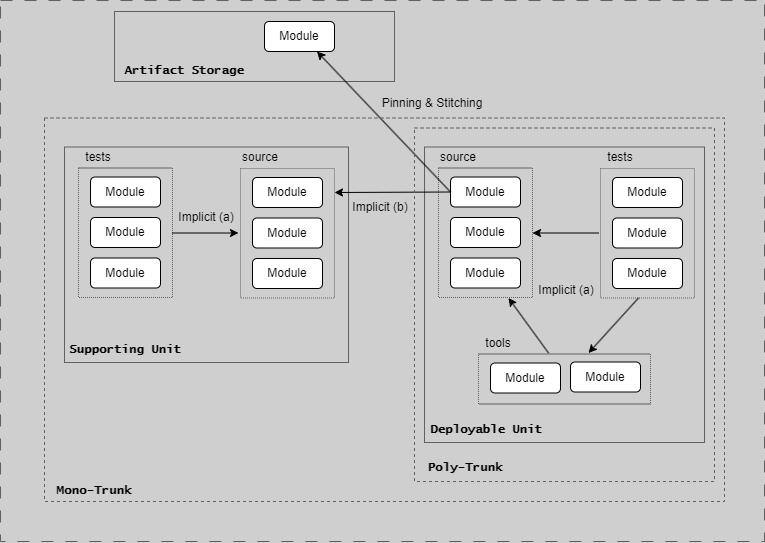
Before: docs/assets/branching/depen-modules.drawio.png, a diagram exported from draw.io (ready-to-release/eac). Source tidied: cells renumbered, new cells last; positions are measured from the earlier drawing's top-left corner, leaving out a move shared by most shapes.
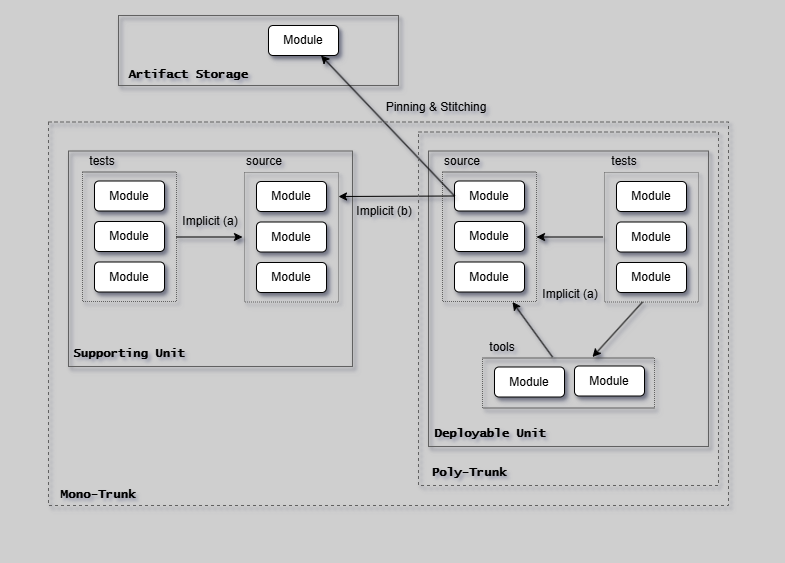
After the change.

The edit, as a diff of the source:
```diff
@@ -1,157 +1,157 @@
-<mxGraphModel background="#CFCFCF">
+<mxGraphModel background="#CFCFCF" shadow="1">
   <root>
     <mxCell id="0" />
     <mxCell id="1" parent="0" />
-    <mxCell id="2" style="group;strokeColor=#616161;dashed=1;dashPattern=12 12;" parent="1" vertex="1">
+    <mxCell id="2" style="group;strokeColor=none;dashed=1;dashPattern=12 12;shadow=1;" parent="1" vertex="1">
       <mxGeometry width="764" height="541" as="geometry" />
     </mxCell>
-    <mxCell id="3" value="Module" style="rounded=1;whiteSpace=wrap;html=1;" parent="1" vertex="1">
+    <mxCell id="3" value="Module" style="rounded=1;whiteSpace=wrap;html=1;shadow=1;" parent="1" vertex="1">
       <mxGeometry x="612" y="177" width="70" height="30" as="geometry" />
     </mxCell>
-    <mxCell id="4" value="Module" style="rounded=1;whiteSpace=wrap;html=1;" parent="1" vertex="1">
+    <mxCell id="4" value="Module" style="rounded=1;whiteSpace=wrap;html=1;shadow=1;" parent="1" vertex="1">
       <mxGeometry x="612" y="217.5" width="70" height="30" as="geometry" />
     </mxCell>
-    <mxCell id="5" value="Module" style="rounded=1;whiteSpace=wrap;html=1;" parent="1" vertex="1">
+    <mxCell id="5" value="Module" style="rounded=1;whiteSpace=wrap;html=1;shadow=1;" parent="1" vertex="1">
       <mxGeometry x="612" y="258" width="70" height="30" as="geometry" />
     </mxCell>
-    <mxCell id="6" value="Module" style="rounded=1;whiteSpace=wrap;html=1;" parent="1" vertex="1">
+    <mxCell id="6" value="Module" style="rounded=1;whiteSpace=wrap;html=1;shadow=1;" parent="1" vertex="1">
       <mxGeometry x="450" y="176.5" width="70" height="30" as="geometry" />
     </mxCell>
-    <mxCell id="7" value="Module" style="rounded=1;whiteSpace=wrap;html=1;" parent="1" vertex="1">
+    <mxCell id="7" value="Module" style="rounded=1;whiteSpace=wrap;html=1;shadow=1;" parent="1" vertex="1">
       <mxGeometry x="450" y="217" width="70" height="30" as="geometry" />
     </mxCell>
-    <mxCell id="8" value="Module" style="rounded=1;whiteSpace=wrap;html=1;" parent="1" vertex="1">
+    <mxCell id="8" value="Module" style="rounded=1;whiteSpace=wrap;html=1;shadow=1;" parent="1" vertex="1">
       <mxGeometry x="450" y="257.5" width="70" height="30" as="geometry" />
     </mxCell>
-    <mxCell id="9" value="Module" style="rounded=1;whiteSpace=wrap;html=1;" parent="1" vertex="1">
+    <mxCell id="9" value="Module" style="rounded=1;whiteSpace=wrap;html=1;shadow=1;" parent="1" vertex="1">
       <mxGeometry x="490" y="362.5" width="70" height="30" as="geometry" />
     </mxCell>
-    <mxCell id="10" value="Module" style="rounded=1;whiteSpace=wrap;html=1;" parent="1" vertex="1">
+    <mxCell id="10" value="Module" style="rounded=1;whiteSpace=wrap;html=1;shadow=1;" parent="1" vertex="1">
       <mxGeometry x="570" y="361.5" width="70" height="30" as="geometry" />
     </mxCell>
-    <mxCell id="11" style="group;strokeColor=#616161;dashed=1;dashPattern=1 1;" parent="1" vertex="1">
+    <mxCell id="11" style="group;strokeColor=#616161;dashed=1;dashPattern=1 1;shadow=1;" parent="1" vertex="1">
       <mxGeometry x="438" y="167.5" width="94" height="129.5" as="geometry" />
     </mxCell>
-    <mxCell id="12" style="group;strokeColor=#616161;dashed=1;dashPattern=1 1;" parent="1" vertex="1">
+    <mxCell id="12" style="group;strokeColor=#616161;dashed=1;dashPattern=1 1;shadow=1;" parent="1" vertex="1">
       <mxGeometry x="600" y="168" width="94" height="129.5" as="geometry" />
     </mxCell>
-    <mxCell id="13" style="group;strokeColor=#616161;dashed=1;dashPattern=1 1;" parent="1" vertex="1">
+    <mxCell id="13" style="group;strokeColor=#616161;dashed=1;dashPattern=1 1;shadow=1;" parent="1" vertex="1">
       <mxGeometry x="478" y="353.5" width="172" height="50" as="geometry" />
     </mxCell>
-    <mxCell id="14" style="endArrow=classic;html=1;rounded=0;" parent="1" edge="1">
+    <mxCell id="14" style="endArrow=classic;html=1;rounded=0;shadow=1;" parent="1" edge="1">
       <mxGeometry relative="1" as="geometry">
         <mxPoint x="548" y="352.5" as="sourcePoint" />
         <mxPoint x="508" y="297.5" as="targetPoint" />
       </mxGeometry>
     </mxCell>
-    <mxCell id="15" style="endArrow=classic;html=1;rounded=0;" parent="1" edge="1">
+    <mxCell id="15" style="endArrow=classic;html=1;rounded=0;shadow=1;" parent="1" edge="1">
       <mxGeometry relative="1" as="geometry">
         <mxPoint x="598" y="232.5" as="sourcePoint" />
         <mxPoint x="532" y="232.5" as="targetPoint" />
       </mxGeometry>
     </mxCell>
-    <mxCell id="16" style="endArrow=classic;html=1;rounded=0;" parent="1" edge="1">
+    <mxCell id="16" style="endArrow=classic;html=1;rounded=0;shadow=1;" parent="1" edge="1">
       <mxGeometry relative="1" as="geometry">
         <mxPoint x="638" y="297.5" as="sourcePoint" />
         <mxPoint x="588" y="352.5" as="targetPoint" />
       </mxGeometry>
     </mxCell>
-    <mxCell id="17" value="source" style="text;html=1;strokeColor=none;fillColor=none;align=center;verticalAlign=middle;whiteSpace=wrap;rounded=0;" parent="1" vertex="1">
+    <mxCell id="17" value="source" style="text;html=1;strokeColor=none;fillColor=none;align=center;verticalAlign=middle;whiteSpace=wrap;rounded=0;shadow=1;" parent="1" vertex="1">
       <mxGeometry x="438" y="146.5" width="40" height="21" as="geometry" />
     </mxCell>
-    <mxCell id="18" value="tools" style="text;html=1;strokeColor=none;fillColor=none;align=center;verticalAlign=middle;whiteSpace=wrap;rounded=0;" parent="1" vertex="1">
+    <mxCell id="18" value="tools" style="text;html=1;strokeColor=none;fillColor=none;align=center;verticalAlign=middle;whiteSpace=wrap;rounded=0;shadow=1;" parent="1" vertex="1">
       <mxGeometry x="478" y="332.5" width="40" height="21" as="geometry" />
     </mxCell>
-    <mxCell id="19" value="tests" style="text;html=1;strokeColor=none;fillColor=none;align=center;verticalAlign=middle;whiteSpace=wrap;rounded=0;" parent="1" vertex="1">
+    <mxCell id="19" value="tests" style="text;html=1;strokeColor=none;fillColor=none;align=center;verticalAlign=middle;whiteSpace=wrap;rounded=0;shadow=1;" parent="1" vertex="1">
       <mxGeometry x="600" y="146.5" width="40" height="21" as="geometry" />
     </mxCell>
-    <mxCell id="20" style="group;strokeColor=#616161;" parent="1" vertex="1">
+    <mxCell id="20" style="group;strokeColor=#616161;shadow=1;" parent="1" vertex="1">
       <mxGeometry x="424" y="146.5" width="280" height="295.5" as="geometry" />
     </mxCell>
-    <mxCell id="21" value="Module" style="rounded=1;whiteSpace=wrap;html=1;" parent="1" vertex="1">
+    <mxCell id="21" value="Module" style="rounded=1;whiteSpace=wrap;html=1;shadow=1;" parent="1" vertex="1">
       <mxGeometry x="252" y="177" width="70" height="30" as="geometry" />
     </mxCell>
-    <mxCell id="22" value="Module" style="rounded=1;whiteSpace=wrap;html=1;" parent="1" vertex="1">
+    <mxCell id="22" value="Module" style="rounded=1;whiteSpace=wrap;html=1;shadow=1;" parent="1" vertex="1">
       <mxGeometry x="252" y="217.5" width="70" height="30" as="geometry" />
     </mxCell>
-    <mxCell id="23" value="Module" style="rounded=1;whiteSpace=wrap;html=1;" parent="1" vertex="1">
+    <mxCell id="23" value="Module" style="rounded=1;whiteSpace=wrap;html=1;shadow=1;" parent="1" vertex="1">
       <mxGeometry x="252" y="258" width="70" height="30" as="geometry" />
     </mxCell>
-    <mxCell id="24" value="Module" style="rounded=1;whiteSpace=wrap;html=1;" parent="1" vertex="1">
+    <mxCell id="24" value="Module" style="rounded=1;whiteSpace=wrap;html=1;shadow=1;" parent="1" vertex="1">
       <mxGeometry x="90" y="176.5" width="70" height="30" as="geometry" />
     </mxCell>
-    <mxCell id="25" value="Module" style="rounded=1;whiteSpace=wrap;html=1;" parent="1" vertex="1">
+    <mxCell id="25" value="Module" style="rounded=1;whiteSpace=wrap;html=1;shadow=1;" parent="1" vertex="1">
       <mxGeometry x="90" y="217" width="70" height="30" as="geometry" />
     </mxCell>
-    <mxCell id="26" value="Module" style="rounded=1;whiteSpace=wrap;html=1;" parent="1" vertex="1">
+    <mxCell id="26" value="Module" style="rounded=1;whiteSpace=wrap;html=1;shadow=1;" parent="1" vertex="1">
       <mxGeometry x="90" y="257.5" width="70" height="30" as="geometry" />
     </mxCell>
-    <mxCell id="27" style="group;strokeColor=#616161;dashed=1;dashPattern=1 1;" parent="1" vertex="1">
+    <mxCell id="27" style="group;strokeColor=#616161;dashed=1;dashPattern=1 1;shadow=1;" parent="1" vertex="1">
       <mxGeometry x="78" y="167.5" width="94" height="129.5" as="geometry" />
     </mxCell>
-    <mxCell id="28" style="group;strokeColor=#616161;dashed=1;dashPattern=1 1;" parent="1" vertex="1">
+    <mxCell id="28" style="group;strokeColor=#616161;dashed=1;dashPattern=1 1;shadow=1;" parent="1" vertex="1">
       <mxGeometry x="240" y="168" width="94" height="129.5" as="geometry" />
     </mxCell>
-    <mxCell id="29" style="endArrow=classic;html=1;rounded=0;" parent="1" edge="1">
+    <mxCell id="29" style="endArrow=classic;html=1;rounded=0;shadow=1;" parent="1" edge="1">
       <mxGeometry relative="1" as="geometry">
         <mxPoint x="172" y="232.5" as="sourcePoint" />
         <mxPoint x="238" y="232.5" as="targetPoint" />
       </mxGeometry>
     </mxCell>
-    <mxCell id="30" value="tests" style="text;html=1;strokeColor=none;fillColor=none;align=center;verticalAlign=middle;whiteSpace=wrap;rounded=0;" parent="1" vertex="1">
+    <mxCell id="30" value="tests" style="text;html=1;strokeColor=none;fillColor=none;align=center;verticalAlign=middle;whiteSpace=wrap;rounded=0;shadow=1;" parent="1" vertex="1">
       <mxGeometry x="78" y="146.5" width="40" height="21" as="geometry" />
     </mxCell>
-    <mxCell id="31" value="source" style="text;html=1;strokeColor=none;fillColor=none;align=center;verticalAlign=middle;whiteSpace=wrap;rounded=0;" parent="1" vertex="1">
+    <mxCell id="31" value="source" style="text;html=1;strokeColor=none;fillColor=none;align=center;verticalAlign=middle;whiteSpace=wrap;rounded=0;shadow=1;" parent="1" vertex="1">
       <mxGeometry x="240" y="146.5" width="40" height="21" as="geometry" />
     </mxCell>
-    <mxCell id="32" style="group;strokeColor=#616161;" parent="1" vertex="1">
+    <mxCell id="32" style="group;strokeColor=#616161;shadow=1;" parent="1" vertex="1">
       <mxGeometry x="64" y="146.5" width="284" height="215.5" as="geometry" />
     </mxCell>
-    <mxCell id="33" style="group;strokeColor=#616161;" parent="1" vertex="1">
+    <mxCell id="33" style="group;strokeColor=#616161;shadow=1;" parent="1" vertex="1">
       <mxGeometry x="114" y="11" width="280" height="70" as="geometry" />
     </mxCell>
-    <mxCell id="34" value="Module" style="rounded=1;whiteSpace=wrap;html=1;" parent="1" vertex="1">
+    <mxCell id="34" value="Module" style="rounded=1;whiteSpace=wrap;html=1;shadow=1;" parent="1" vertex="1">
       <mxGeometry x="264" y="21" width="70" height="30" as="geometry" />
     </mxCell>
-    <mxCell id="35" style="endArrow=classic;html=1;rounded=0;entryX=0.75;entryY=1;entryDx=0;entryDy=0;exitX=0;exitY=0.5;exitDx=0;exitDy=0;" parent="1" edge="1" source="6" target="34">
+    <mxCell id="35" style="endArrow=classic;html=1;rounded=0;entryX=0.75;entryY=1;entryDx=0;entryDy=0;exitX=0;exitY=0.5;exitDx=0;exitDy=0;shadow=1;" parent="1" edge="1" source="6" target="34">
       <mxGeometry relative="1" as="geometry" />
     </mxCell>
-    <mxCell id="36" style="endArrow=classic;html=1;rounded=0;exitX=0;exitY=0.5;exitDx=0;exitDy=0;" parent="1" edge="1" source="6">
+    <mxCell id="36" style="endArrow=classic;html=1;rounded=0;exitX=0;exitY=0.5;exitDx=0;exitDy=0;shadow=1;" parent="1" edge="1" source="6">
       <mxGeometry relative="1" as="geometry">
         <mxPoint x="334" y="192" as="targetPoint" />
       </mxGeometry>
     </mxCell>
-    <mxCell id="37" value="Implicit (b)" style="text;html=1;strokeColor=none;fillColor=none;align=center;verticalAlign=middle;whiteSpace=wrap;rounded=0;" parent="1" vertex="1">
+    <mxCell id="37" value="Implicit (b)" style="text;html=1;strokeColor=none;fillColor=none;align=center;verticalAlign=middle;whiteSpace=wrap;rounded=0;shadow=1;" parent="1" vertex="1">
       <mxGeometry x="350" y="192" width="60" height="30" as="geometry" />
     </mxCell>
-    <mxCell id="38" value="Pinning &amp;amp; Stitching" style="text;html=1;strokeColor=none;fillColor=none;align=center;verticalAlign=middle;whiteSpace=wrap;rounded=0;" parent="1" vertex="1">
+    <mxCell id="38" value="Pinning &amp;amp; Stitching" style="text;html=1;strokeColor=none;fillColor=none;align=center;verticalAlign=middle;whiteSpace=wrap;rounded=0;shadow=1;" parent="1" vertex="1">
       <mxGeometry x="374" y="87.5" width="116" height="30" as="geometry" />
     </mxCell>
-    <mxCell id="39" style="group;strokeColor=#616161;dashed=1;" parent="1" vertex="1">
+    <mxCell id="39" style="group;strokeColor=#616161;dashed=1;shadow=1;" parent="1" vertex="1">
       <mxGeometry x="44" y="117.5" width="680" height="383.5" as="geometry" />
     </mxCell>
-    <mxCell id="40" value="Supporting Unit" style="text;html=1;strokeColor=none;fillColor=none;align=center;verticalAlign=middle;whiteSpace=wrap;rounded=0;fontStyle=1;fontFamily=Lucida Console;" parent="1" vertex="1">
+    <mxCell id="40" value="Supporting Unit" style="text;html=1;strokeColor=none;fillColor=none;align=center;verticalAlign=middle;whiteSpace=wrap;rounded=0;fontStyle=1;fontFamily=Lucida Console;shadow=1;" parent="1" vertex="1">
       <mxGeometry x="65" y="339.5" width="120" height="21" as="geometry" />
     </mxCell>
-    <mxCell id="41" value="Deployable Unit" style="text;html=1;strokeColor=none;fillColor=none;align=center;verticalAlign=middle;whiteSpace=wrap;rounded=0;fontStyle=1;fontFamily=Lucida Console;" parent="1" vertex="1">
+    <mxCell id="41" value="Deployable Unit" style="text;html=1;strokeColor=none;fillColor=none;align=center;verticalAlign=middle;whiteSpace=wrap;rounded=0;fontStyle=1;fontFamily=Lucida Console;shadow=1;" parent="1" vertex="1">
       <mxGeometry x="426" y="419" width="120" height="21" as="geometry" />
     </mxCell>
-    <mxCell id="42" value="Mono-Trunk" style="text;html=1;strokeColor=none;fillColor=none;align=center;verticalAlign=middle;whiteSpace=wrap;rounded=0;fontStyle=1;fontFamily=Lucida Console;" parent="1" vertex="1">
+    <mxCell id="42" value="Mono-Trunk" style="text;html=1;strokeColor=none;fillColor=none;align=center;verticalAlign=middle;whiteSpace=wrap;rounded=0;fontStyle=1;fontFamily=Lucida Console;shadow=1;" parent="1" vertex="1">
       <mxGeometry x="44" y="480" width="100" height="21" as="geometry" />
     </mxCell>
-    <mxCell id="43" value="Artifact Storage" style="text;html=1;strokeColor=none;fillColor=none;align=center;verticalAlign=middle;whiteSpace=wrap;rounded=0;fontStyle=1;fontFamily=Lucida Console;" parent="1" vertex="1">
+    <mxCell id="43" value="Artifact Storage" style="text;html=1;strokeColor=none;fillColor=none;align=center;verticalAlign=middle;whiteSpace=wrap;rounded=0;fontStyle=1;fontFamily=Lucida Console;shadow=1;" parent="1" vertex="1">
       <mxGeometry x="114" y="60" width="140" height="21" as="geometry" />
     </mxCell>
-    <mxCell id="44" value="Implicit (a)" style="text;html=1;strokeColor=none;fillColor=none;align=center;verticalAlign=middle;whiteSpace=wrap;rounded=0;" parent="1" vertex="1">
+    <mxCell id="44" value="Implicit (a)" style="text;html=1;strokeColor=none;fillColor=none;align=center;verticalAlign=middle;whiteSpace=wrap;rounded=0;shadow=1;" parent="1" vertex="1">
       <mxGeometry x="176" y="202" width="60" height="30" as="geometry" />
     </mxCell>
-    <mxCell id="45" value="Implicit (a)" style="text;html=1;strokeColor=none;fillColor=none;align=center;verticalAlign=middle;whiteSpace=wrap;rounded=0;" parent="1" vertex="1">
+    <mxCell id="45" value="Implicit (a)" style="text;html=1;strokeColor=none;fillColor=none;align=center;verticalAlign=middle;whiteSpace=wrap;rounded=0;shadow=1;" parent="1" vertex="1">
       <mxGeometry x="536" y="274.8" width="60" height="30" as="geometry" />
     </mxCell>
-    <mxCell id="46" style="group;strokeColor=#616161;dashed=1;" parent="1" vertex="1">
+    <mxCell id="46" style="group;strokeColor=#616161;dashed=1;shadow=1;" parent="1" vertex="1">
       <mxGeometry x="414" y="127.5" width="300" height="353.5" as="geometry" />
     </mxCell>
-    <mxCell id="47" value="Poly-Trunk" style="text;html=1;strokeColor=none;fillColor=none;align=center;verticalAlign=middle;whiteSpace=wrap;rounded=0;fontStyle=1;fontFamily=Lucida Console;" parent="1" vertex="1">
+    <mxCell id="47" value="Poly-Trunk" style="text;html=1;strokeColor=none;fillColor=none;align=center;verticalAlign=middle;whiteSpace=wrap;rounded=0;fontStyle=1;fontFamily=Lucida Console;shadow=1;" parent="1" vertex="1">
       <mxGeometry x="415" y="458" width="100" height="21" as="geometry" />
     </mxCell>
   </root>
```
